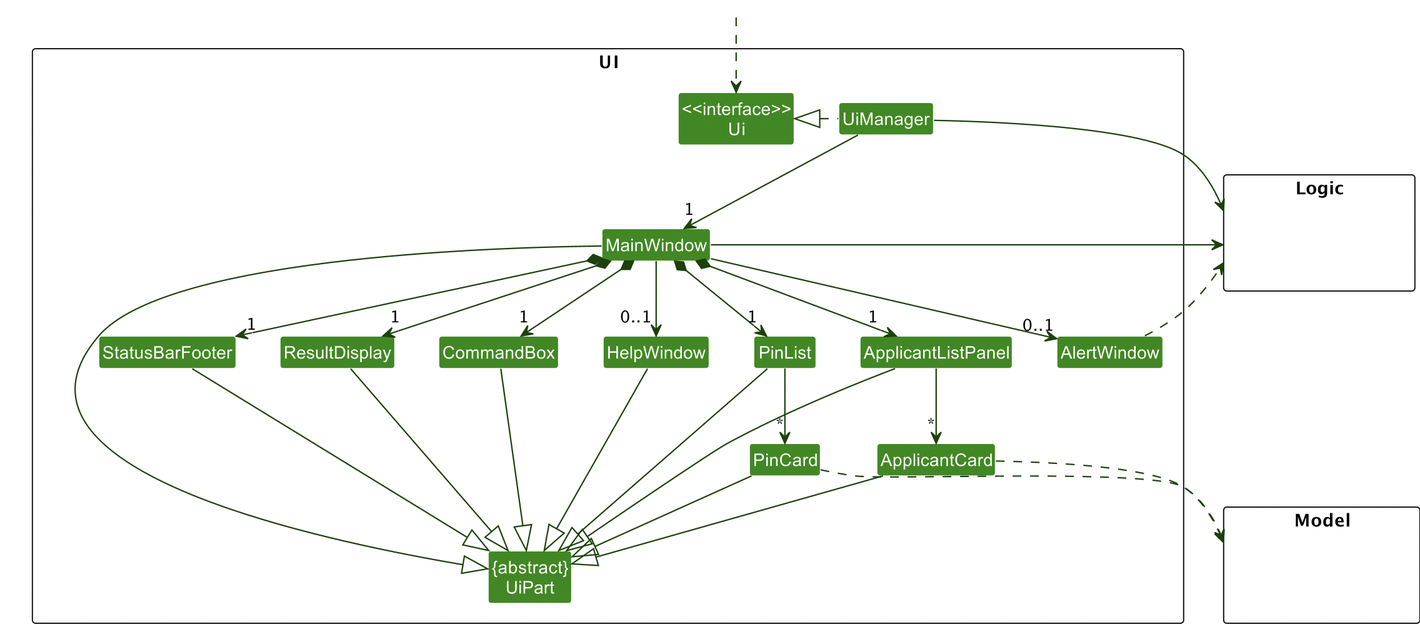
Before: docs/images/UiClassDiagram.png, a diagram exported from PlantUML (nus-cs2103-AY2223S1/tp). Its source is kept beside it as docs/diagrams/UiClassDiagram.puml.
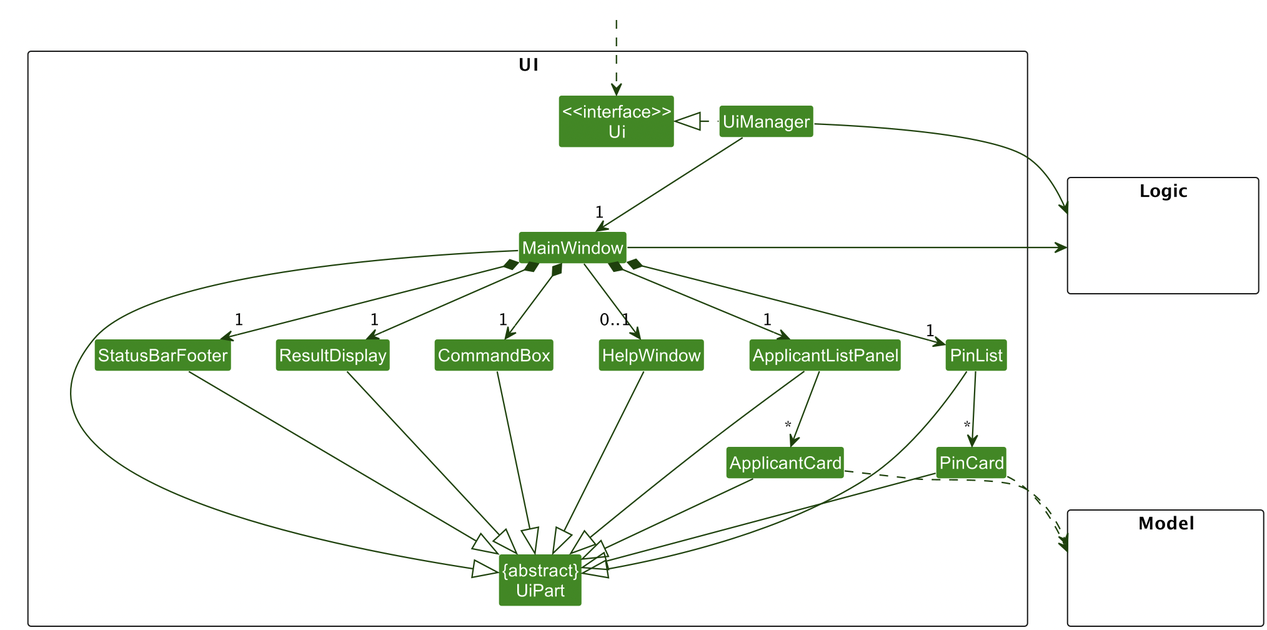
After the change.

The edit, as a diff of the source:
```diff
@@ -7,7 +7,6 @@
 package UI <<Rectangle>>{
 Class "<<interface>>\nUi" as Ui
 Class "{abstract}\nUiPart" as UiPart
-Class AlertWindow
 Class UiManager
 Class MainWindow
 Class HelpWindow
@@ -39,7 +38,6 @@
 MainWindow *-down-> "1" PinList
 MainWindow *-down-> "1" StatusBarFooter
 MainWindow --> "0..1" HelpWindow
-MainWindow --> "0..1" AlertWindow
 
 ApplicantListPanel -down-> "*" ApplicantCard
 PinList -down-> "*" PinCard
@@ -57,7 +55,6 @@
 
 ApplicantCard ..> Model
 PinCard ..> Model
-AlertWindow ..> Logic
 UiManager -right-> Logic
 MainWindow -left-> Logic
 
```
